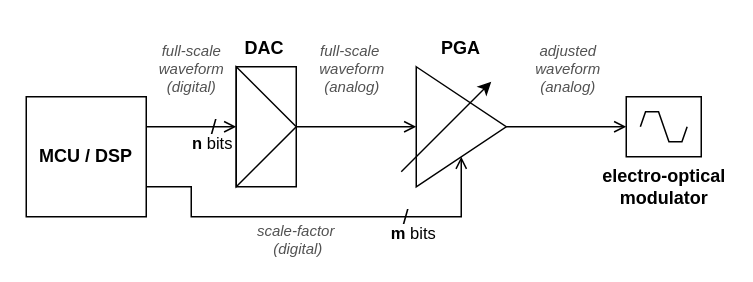
This is img/dedicated_gain_stage.drawio from slawomir-niespodziany/sdk_modulator, a draw.io file, before an edit. Source tidied: cells renumbered, new cells numbered last; positions are measured from the earlier drawing's top-left corner, leaving out a move shared by most shapes. Both pictures are drawn from the tidied source at 150%, with x=0, y=0 at pixel (26, 26).
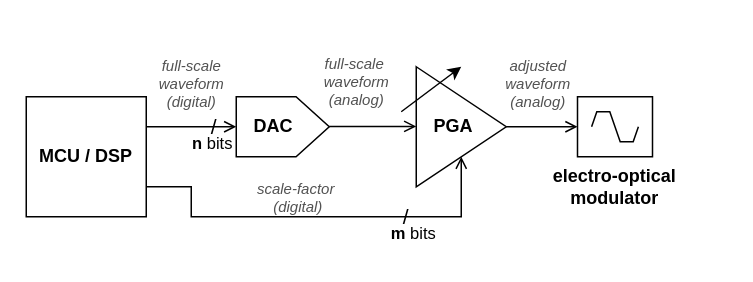
After the change.

The change refers to these unchanged cells:
```xml
<mxCell id="7" style="edgeStyle=orthogonalEdgeStyle;rounded=0;jettySize=auto;html=1;exitX=1;exitY=0.5;exitDx=0;exitDy=0;entryX=0;entryY=0.5;entryDx=0;entryDy=0;endArrow=open;endFill=0;" parent="1" edge="1" source="9" target="3">
  <mxGeometry relative="1" as="geometry" />
</mxCell>
<mxCell id="9" style="triangle;whiteSpace=wrap;html=1;" parent="1" vertex="1">
  <mxGeometry x="260" y="27" width="60" height="80" as="geometry" />
</mxCell>
<mxCell id="16" style="edgeStyle=orthogonalEdgeStyle;rounded=0;jettySize=auto;html=1;exitX=1;exitY=0.75;exitDx=0;exitDy=0;entryX=0.5;entryY=1;entryDx=0;entryDy=0;endArrow=open;endFill=0;" parent="1" edge="1" source="20" target="9">
  <mxGeometry relative="1" as="geometry">
    <Array as="points">
      <mxPoint x="110" y="107" />
      <mxPoint x="110" y="127" />
      <mxPoint x="290" y="127" />
    </Array>
  </mxGeometry>
</mxCell>
<mxCell id="20" value="MCU / DSP" style="rounded=0;whiteSpace=wrap;html=1;fontStyle=1;" parent="1" vertex="1">
  <mxGeometry y="47" width="80" height="80" as="geometry" />
</mxCell>
```

Diff of the diagram source:
```diff
@@
-    <mxCell id="2" style="rounded=0;whiteSpace=wrap;html=1;" parent="1" vertex="1">
-      <mxGeometry x="140" y="27" width="40" height="80" as="geometry" />
-    </mxCell>
+    <mxCell id="24" style="verticalLabelPosition=bottom;shadow=0;dashed=0;align=center;html=1;verticalAlign=top;shape=mxgraph.electrical.abstract.dac;" parent="1" vertex="1">
+      <mxGeometry x="140" y="47" width="62" height="40" as="geometry" />
+    </mxCell>
     <mxCell id="3" style="rounded=0;whiteSpace=wrap;html=1;" parent="1" vertex="1">
-      <mxGeometry x="400" y="47" width="50" height="40" as="geometry" />
+      <mxGeometry x="367.5" y="47" width="50" height="40" as="geometry" />
     </mxCell>
-    <mxCell id="4" style="edgeStyle=orthogonalEdgeStyle;rounded=0;jettySize=auto;html=1;exitX=1;exitY=0.5;exitDx=0;exitDy=0;entryX=0;entryY=0.5;entryDx=0;entryDy=0;endArrow=open;endFill=0;" parent="1" edge="1" source="6" target="9">
-      <mxGeometry relative="1" as="geometry" />
+    <mxCell id="4" style="edgeStyle=orthogonalEdgeStyle;rounded=0;orthogonalLoop=1;jettySize=auto;html=1;exitX=1;exitY=0.5;exitDx=0;exitDy=0;entryX=0;entryY=0.5;entryDx=0;entryDy=0;endArrow=open;endFill=0;exitPerimeter=0;" parent="1" edge="1">
+      <mxGeometry relative="1" as="geometry">
+        <mxPoint x="202" y="66.8" as="sourcePoint" />
+        <mxPoint x="260" y="66.8" as="targetPoint" />
+      </mxGeometry>
     </mxCell>
     <mxCell id="5" value="full-scale&amp;nbsp;&lt;br&gt;&lt;div&gt;waveform&lt;/div&gt;&lt;div&gt;(analog)&lt;/div&gt;" style="edgeLabel;html=1;align=center;verticalAlign=middle;fontStyle=2;fontSize=10;fontColor=#525252;" parent="4" vertex="1">
       <mxGeometry x="-0.09" relative="1" as="geometry">
-        <mxPoint y="-40" as="offset" />
+        <mxPoint x="-9" y="-30" as="offset" />
       </mxGeometry>
     </mxCell>
-    <mxCell id="6" style="triangle;whiteSpace=wrap;html=1;" parent="1" vertex="1">
-      <mxGeometry x="140" y="27" width="40" height="80" as="geometry" />
-    </mxCell>
@@
     <mxCell id="8" value="&lt;div&gt;adjusted&lt;/div&gt;&lt;div&gt;waveform&lt;br&gt;(analog)&lt;/div&gt;" style="edgeLabel;html=1;align=center;verticalAlign=middle;fontStyle=2;fontSize=10;fontColor=#525252;" parent="7" vertex="1">
       <mxGeometry x="0.07" y="-2" relative="1" as="geometry">
-        <mxPoint x="-3" y="-42" as="offset" />
+        <mxPoint x="-5" y="-32" as="offset" />
       </mxGeometry>
     </mxCell>
@@
     <mxCell id="10" style="endArrow=classic;html=1;rounded=0;" parent="1" edge="1">
       <mxGeometry relative="1" as="geometry">
-        <mxPoint x="250" y="97" as="sourcePoint" />
-        <mxPoint x="310" y="37" as="targetPoint" />
+        <mxPoint x="250" y="57" as="sourcePoint" />
+        <mxPoint x="290" y="27" as="targetPoint" />
       </mxGeometry>
     </mxCell>
     <mxCell id="11" style="verticalLabelPosition=bottom;shadow=0;dashed=0;align=center;html=1;verticalAlign=top;shape=mxgraph.electrical.waveforms.slow_square_wave;" parent="1" vertex="1">
-      <mxGeometry x="409.4" y="57" width="31.2" height="20" as="geometry" />
+      <mxGeometry x="376.9" y="57" width="31.2" height="20" as="geometry" />
     </mxCell>
-    <mxCell id="12" style="edgeStyle=orthogonalEdgeStyle;rounded=0;jettySize=auto;html=1;exitX=1;exitY=0.25;exitDx=0;exitDy=0;entryX=0;entryY=0.5;entryDx=0;entryDy=0;endArrow=open;endFill=0;" parent="1" edge="1" source="20" target="6">
+    <mxCell id="12" style="edgeStyle=orthogonalEdgeStyle;rounded=0;jettySize=auto;html=1;exitX=1;exitY=0.25;exitDx=0;exitDy=0;entryX=0;entryY=0.5;entryDx=0;entryDy=0;endArrow=open;endFill=0;entryPerimeter=0;" parent="1" edge="1" source="20" target="24">
       <mxGeometry relative="1" as="geometry" />
     </mxCell>
     <mxCell id="13" value="&lt;div&gt;full-scale&lt;/div&gt;&lt;div&gt;waveform&lt;br&gt;(digital)&lt;/div&gt;" style="edgeLabel;html=1;align=center;verticalAlign=middle;fontStyle=2;fontSize=10;fontColor=#525252;" parent="12" vertex="1">
       <mxGeometry x="-0.04" y="2" relative="1" as="geometry">
-        <mxPoint y="-38" as="offset" />
+        <mxPoint y="-28" as="offset" />
       </mxGeometry>
     </mxCell>
@@
     <mxCell id="17" value="&lt;div&gt;scale-factor&amp;nbsp;&lt;/div&gt;&lt;div&gt;(digital)&lt;/div&gt;" style="edgeLabel;html=1;align=center;verticalAlign=middle;fontStyle=2;fontSize=10;fontColor=#525252;" parent="16" vertex="1">
       <mxGeometry x="-0.12" y="-1" relative="1" as="geometry">
-        <mxPoint x="1" y="13" as="offset" />
+        <mxPoint x="1" y="-15" as="offset" />
       </mxGeometry>
     </mxCell>
@@
     <mxCell id="21" value="PGA" style="text;html=1;whiteSpace=wrap;strokeColor=none;fillColor=none;align=center;verticalAlign=middle;rounded=0;fontStyle=1;" parent="1" vertex="1">
-      <mxGeometry x="260" width="60" height="30" as="geometry" />
+      <mxGeometry x="260" y="52" width="50" height="30" as="geometry" />
     </mxCell>
     <mxCell id="22" value="&lt;div&gt;electro-optical&lt;/div&gt;&lt;div&gt;modulator&lt;/div&gt;" style="text;html=1;whiteSpace=wrap;strokeColor=none;fillColor=none;align=center;verticalAlign=middle;rounded=0;fontStyle=1;" parent="1" vertex="1">
-      <mxGeometry x="382.5" y="92" width="85" height="30" as="geometry" />
+      <mxGeometry x="350" y="92" width="85" height="30" as="geometry" />
     </mxCell>
     <mxCell id="23" value="DAC" style="text;html=1;whiteSpace=wrap;strokeColor=none;fillColor=none;align=center;verticalAlign=middle;rounded=0;fontStyle=1;" parent="1" vertex="1">
-      <mxGeometry x="129" width="60" height="30" as="geometry" />
+      <mxGeometry x="140" y="52" width="50" height="30" as="geometry" />
     </mxCell>
```
